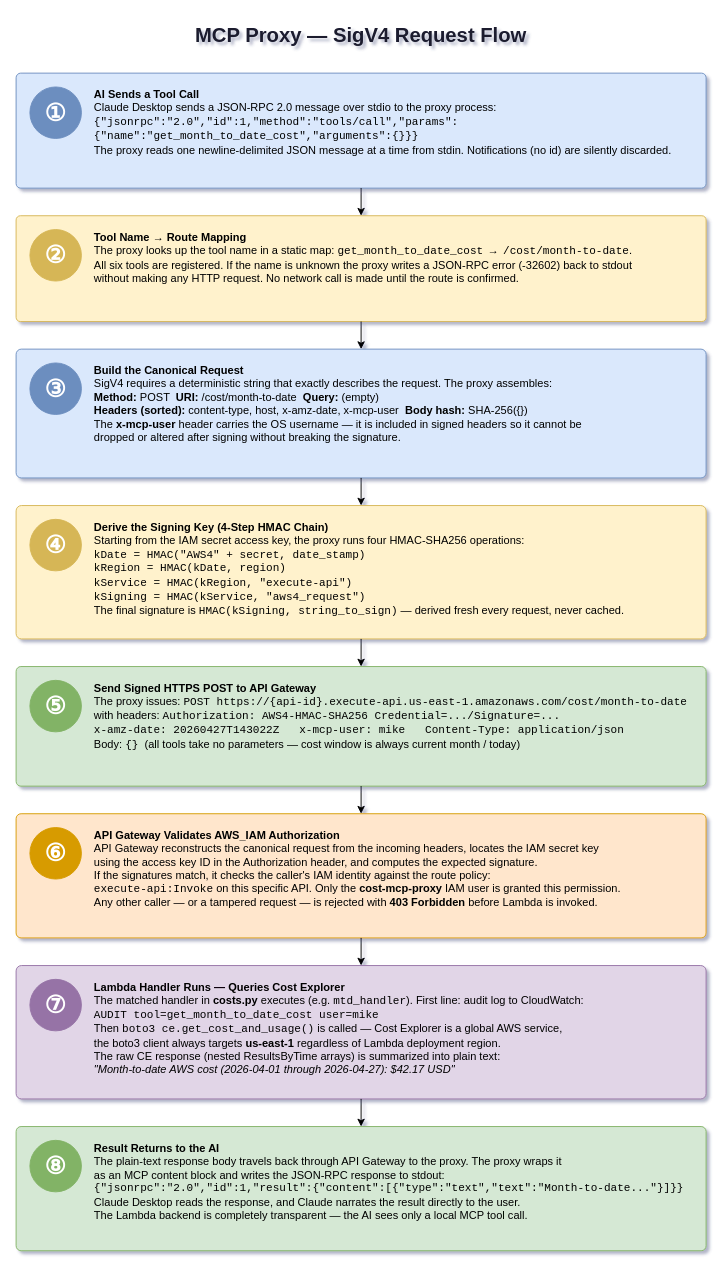
mamonaco1973/aws-serverless-mcp keeps this draw.io diagram as aws-serverless-mcp-flow.drawio. Above is the earlier version. Source tidied: cells renumbered, new cells numbered last; positions are measured from the earlier drawing's top-left corner, leaving out a move shared by most shapes. Both pictures are drawn from the tidied source at 92%, with x=0, y=0 at pixel (16, 16).
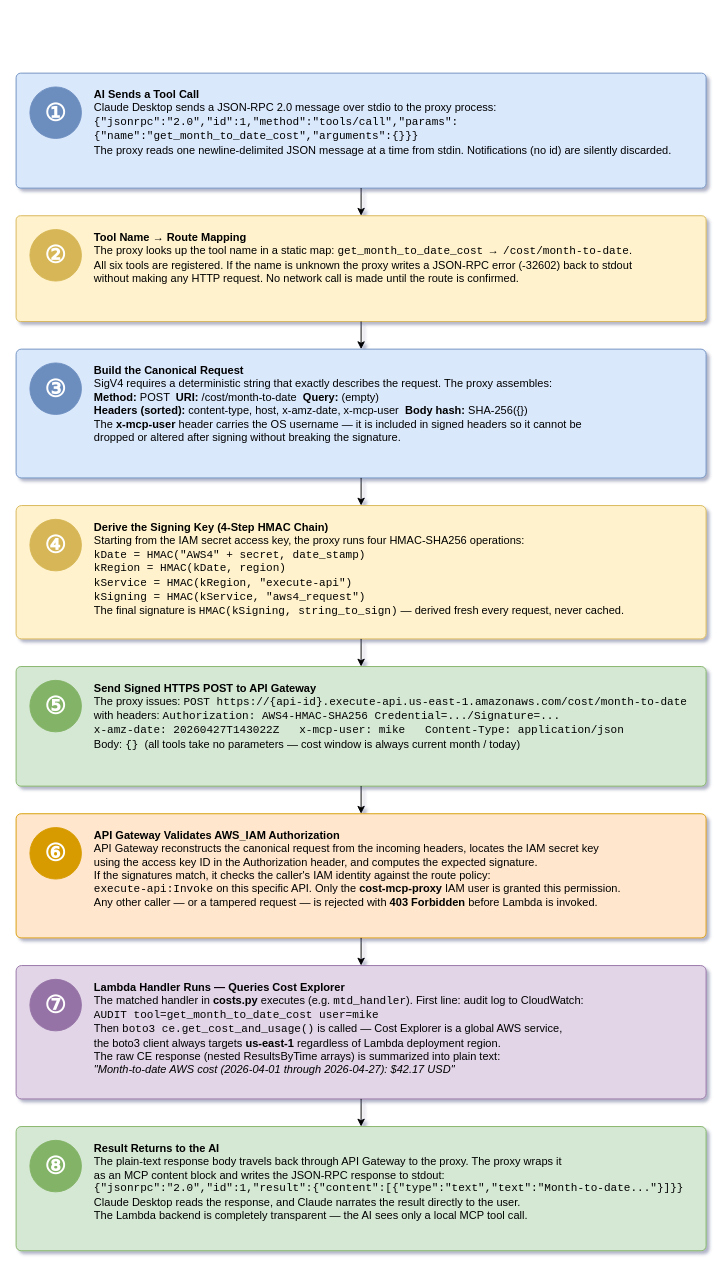
Above is the later version.

What changed in the source:
```diff
@@
-    <mxCell id="2" value="MCP Proxy — SigV4 Request Flow" style="text;html=1;strokeColor=none;fillColor=none;align=center;verticalAlign=middle;whiteSpace=wrap;rounded=0;fontSize=22;fontStyle=1;fontColor=#1a1a2e;" parent="1" vertex="1">
-      <mxGeometry width="750" height="44" as="geometry" />
-    </mxCell>
```
